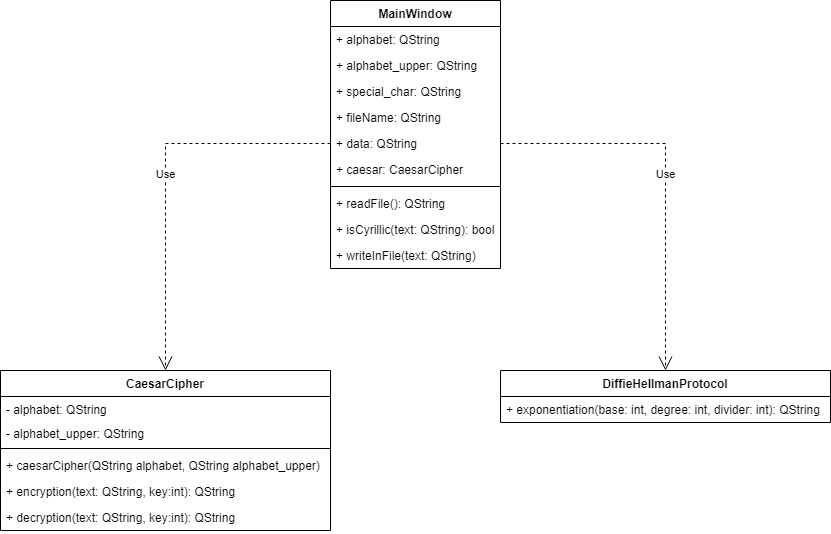
NikitaVirachev/test-task keeps this draw.io diagram as doc/UML class diagram.png. Above is the earlier version. Source tidied: cells renumbered, new cells last; positions are measured from the earlier drawing's top-left corner, leaving out a move shared by most shapes. Its diagram source:
```xml
<mxGraphModel>
  <root>
    <mxCell id="0" />
    <mxCell id="1" parent="0" />
    <mxCell id="2" value="CaesarCipher" style="swimlane;fontStyle=1;align=center;verticalAlign=top;horizontal=1;startSize=26;" parent="1" vertex="1">
      <mxGeometry y="370" width="330" height="160" as="geometry" />
    </mxCell>
    <mxCell id="3" value="- alphabet: QString" style="text;strokeColor=none;fillColor=none;align=left;verticalAlign=top;spacingLeft=4;spacingRight=4;overflow=hidden;" parent="2" vertex="1">
      <mxGeometry y="26" width="330" height="24" as="geometry" />
    </mxCell>
    <mxCell id="4" value="- alphabet_upper: QString" style="text;strokeColor=none;fillColor=none;align=left;verticalAlign=top;spacingLeft=4;spacingRight=4;overflow=hidden;" parent="2" vertex="1">
      <mxGeometry y="50" width="330" height="24" as="geometry" />
    </mxCell>
    <mxCell id="5" style="line;strokeWidth=1;fillColor=none;align=left;verticalAlign=middle;spacingTop=-1;spacingLeft=3;spacingRight=3;labelPosition=right;" parent="2" vertex="1">
      <mxGeometry y="74" width="330" height="8" as="geometry" />
    </mxCell>
    <mxCell id="6" value="+ caesarCipher(QString alphabet, QString alphabet_upper)" style="text;strokeColor=none;fillColor=none;align=left;verticalAlign=top;spacingLeft=4;spacingRight=4;overflow=hidden;" parent="2" vertex="1">
      <mxGeometry y="82" width="330" height="26" as="geometry" />
    </mxCell>
    <mxCell id="7" value="+ encryption(text: QString, key:int): QString" style="text;strokeColor=none;fillColor=none;align=left;verticalAlign=top;spacingLeft=4;spacingRight=4;overflow=hidden;" parent="2" vertex="1">
      <mxGeometry y="108" width="330" height="26" as="geometry" />
    </mxCell>
    <mxCell id="8" value="+ decryption(text: QString, key:int): QString" style="text;strokeColor=none;fillColor=none;align=left;verticalAlign=top;spacingLeft=4;spacingRight=4;overflow=hidden;" parent="2" vertex="1">
      <mxGeometry y="134" width="330" height="26" as="geometry" />
    </mxCell>
    <mxCell id="9" value="DiffieHellmanProtocol" style="swimlane;fontStyle=1;align=center;verticalAlign=top;horizontal=1;startSize=26;" parent="1" vertex="1">
      <mxGeometry x="500" y="370" width="330" height="52" as="geometry" />
    </mxCell>
    <mxCell id="10" value="+ exponentiation(base: int, degree: int, divider: int): QString" style="text;strokeColor=none;fillColor=none;align=left;verticalAlign=top;spacingLeft=4;spacingRight=4;overflow=hidden;" parent="9" vertex="1">
      <mxGeometry y="26" width="330" height="26" as="geometry" />
    </mxCell>
    <mxCell id="11" value="MainWindow" style="swimlane;fontStyle=1;align=center;verticalAlign=top;horizontal=1;startSize=26;" parent="1" vertex="1">
      <mxGeometry x="330" width="170" height="268" as="geometry" />
    </mxCell>
    <mxCell id="12" value="+ alphabet: QString" style="text;strokeColor=none;fillColor=none;align=left;verticalAlign=top;spacingLeft=4;spacingRight=4;overflow=hidden;" parent="11" vertex="1">
      <mxGeometry y="26" width="170" height="26" as="geometry" />
    </mxCell>
    <mxCell id="13" value="+ alphabet_upper: QString" style="text;strokeColor=none;fillColor=none;align=left;verticalAlign=top;spacingLeft=4;spacingRight=4;overflow=hidden;" parent="11" vertex="1">
      <mxGeometry y="52" width="170" height="26" as="geometry" />
    </mxCell>
    <mxCell id="14" value="+ special_char: QString" style="text;strokeColor=none;fillColor=none;align=left;verticalAlign=top;spacingLeft=4;spacingRight=4;overflow=hidden;" parent="11" vertex="1">
      <mxGeometry y="78" width="170" height="26" as="geometry" />
    </mxCell>
    <mxCell id="15" value="+ fileName: QString" style="text;strokeColor=none;fillColor=none;align=left;verticalAlign=top;spacingLeft=4;spacingRight=4;overflow=hidden;" parent="11" vertex="1">
      <mxGeometry y="104" width="170" height="26" as="geometry" />
    </mxCell>
    <mxCell id="16" value="+ data: QString" style="text;strokeColor=none;fillColor=none;align=left;verticalAlign=top;spacingLeft=4;spacingRight=4;overflow=hidden;points=[[0,0.5],[1,0.5]];portConstraint=eastwest;" parent="11" vertex="1">
      <mxGeometry y="130" width="170" height="26" as="geometry" />
    </mxCell>
    <mxCell id="17" value="+ caesar: CaesarCipher" style="text;strokeColor=none;fillColor=none;align=left;verticalAlign=top;spacingLeft=4;spacingRight=4;overflow=hidden;" parent="11" vertex="1">
      <mxGeometry y="156" width="170" height="26" as="geometry" />
    </mxCell>
    <mxCell id="18" style="line;strokeWidth=1;fillColor=none;align=left;verticalAlign=middle;spacingTop=-1;spacingLeft=3;spacingRight=3;labelPosition=right;" parent="11" vertex="1">
      <mxGeometry y="182" width="170" height="8" as="geometry" />
    </mxCell>
    <mxCell id="19" value="+ readFile(): QString" style="text;strokeColor=none;fillColor=none;align=left;verticalAlign=top;spacingLeft=4;spacingRight=4;overflow=hidden;" parent="11" vertex="1">
      <mxGeometry y="190" width="170" height="26" as="geometry" />
    </mxCell>
    <mxCell id="20" value="+ isCyrillic(text: QString): bool" style="text;strokeColor=none;fillColor=none;align=left;verticalAlign=top;spacingLeft=4;spacingRight=4;overflow=hidden;" parent="11" vertex="1">
      <mxGeometry y="216" width="170" height="26" as="geometry" />
    </mxCell>
    <mxCell id="21" value="+ writeInFile(text: QString)" style="text;strokeColor=none;fillColor=none;align=left;verticalAlign=top;spacingLeft=4;spacingRight=4;overflow=hidden;" parent="11" vertex="1">
      <mxGeometry y="242" width="170" height="26" as="geometry" />
    </mxCell>
    <mxCell id="22" value="Use" style="endArrow=open;endSize=12;dashed=1;html=1;rounded=0;exitX=0;exitY=0.5;exitDx=0;exitDy=0;entryX=0.5;entryY=0;entryDx=0;entryDy=0;" parent="1" edge="1" source="16" target="2">
      <mxGeometry relative="1" as="geometry">
        <Array as="points">
          <mxPoint x="165" y="143" />
        </Array>
      </mxGeometry>
    </mxCell>
    <mxCell id="23" value="Use" style="endArrow=open;endSize=12;dashed=1;html=1;rounded=0;exitX=1;exitY=0.5;exitDx=0;exitDy=0;entryX=0.5;entryY=0;entryDx=0;entryDy=0;" parent="1" edge="1" source="16" target="9">
      <mxGeometry relative="1" as="geometry">
        <Array as="points">
          <mxPoint x="665" y="143" />
        </Array>
      </mxGeometry>
    </mxCell>
  </root>
</mxGraphModel>
```
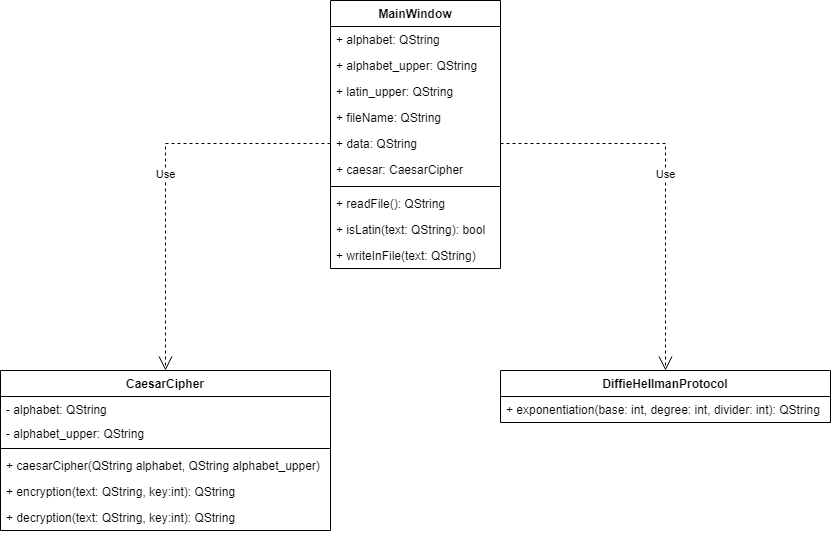
Later version of the same file.

Commit message:
fix: update UML diagram

Diff of the diagram source:
```diff
@@ -38,7 +38,7 @@
     <mxCell id="13" value="+ alphabet_upper: QString" style="text;strokeColor=none;fillColor=none;align=left;verticalAlign=top;spacingLeft=4;spacingRight=4;overflow=hidden;" parent="11" vertex="1">
       <mxGeometry y="52" width="170" height="26" as="geometry" />
     </mxCell>
-    <mxCell id="14" value="+ special_char: QString" style="text;strokeColor=none;fillColor=none;align=left;verticalAlign=top;spacingLeft=4;spacingRight=4;overflow=hidden;" parent="11" vertex="1">
+    <mxCell id="14" value="+ latin_upper: QString" style="text;strokeColor=none;fillColor=none;align=left;verticalAlign=top;spacingLeft=4;spacingRight=4;overflow=hidden;" parent="11" vertex="1">
       <mxGeometry y="78" width="170" height="26" as="geometry" />
     </mxCell>
     <mxCell id="15" value="+ fileName: QString" style="text;strokeColor=none;fillColor=none;align=left;verticalAlign=top;spacingLeft=4;spacingRight=4;overflow=hidden;" parent="11" vertex="1">
@@ -56,7 +56,7 @@
     <mxCell id="19" value="+ readFile(): QString" style="text;strokeColor=none;fillColor=none;align=left;verticalAlign=top;spacingLeft=4;spacingRight=4;overflow=hidden;" parent="11" vertex="1">
       <mxGeometry y="190" width="170" height="26" as="geometry" />
     </mxCell>
-    <mxCell id="20" value="+ isCyrillic(text: QString): bool" style="text;strokeColor=none;fillColor=none;align=left;verticalAlign=top;spacingLeft=4;spacingRight=4;overflow=hidden;" parent="11" vertex="1">
+    <mxCell id="20" value="+ isLatin(text: QString): bool" style="text;strokeColor=none;fillColor=none;align=left;verticalAlign=top;spacingLeft=4;spacingRight=4;overflow=hidden;" parent="11" vertex="1">
       <mxGeometry y="216" width="170" height="26" as="geometry" />
     </mxCell>
     <mxCell id="21" value="+ writeInFile(text: QString)" style="text;strokeColor=none;fillColor=none;align=left;verticalAlign=top;spacingLeft=4;spacingRight=4;overflow=hidden;" parent="11" vertex="1">
```
